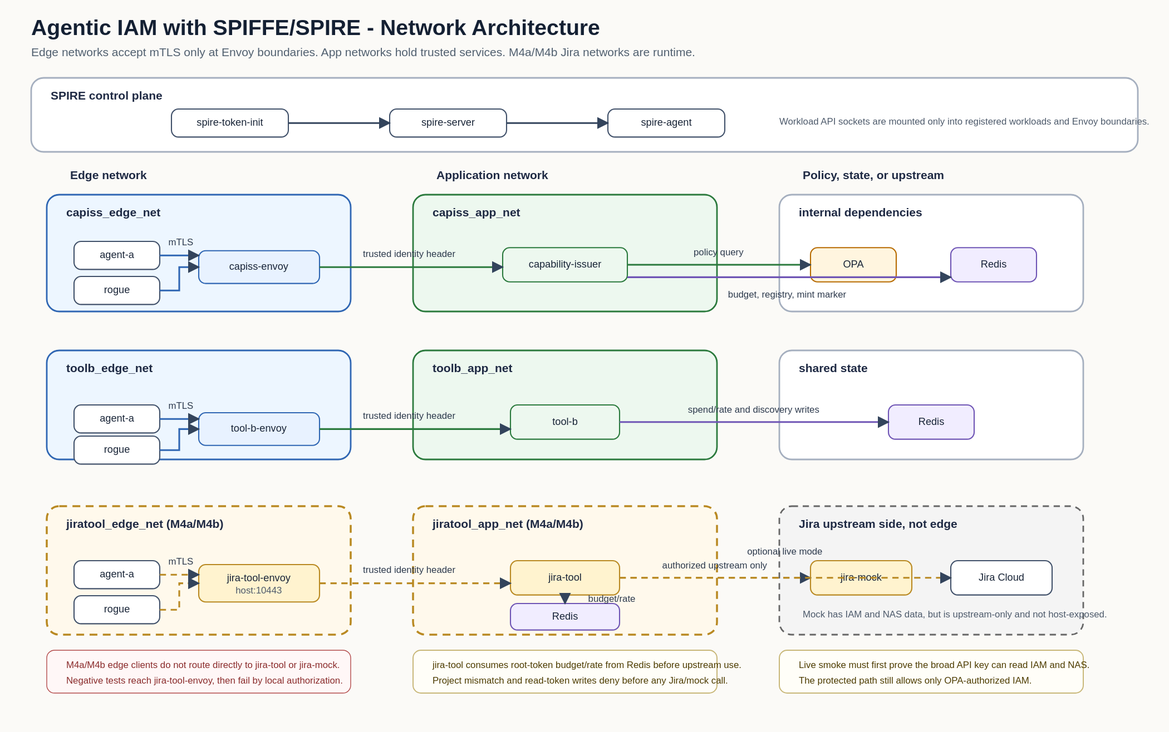
The PlantUML diagram docs/architecture_diagram.svg in gunaseelan-sivanandam/agentic-iam-spiffe, before a commit. Its source is kept beside it as docs/architecture_diagram.puml. Source of this version:
```plantuml
@startuml
!pragma layout smetana
left to right direction
title Agentic IAM with SPIFFE/SPIRE - Network Architecture (M4 + M4a/M4b)

skinparam componentStyle rectangle
skinparam packageStyle rectangle
skinparam linetype ortho
skinparam shadowing false
skinparam defaultFontName Arial
skinparam package {
  BorderColor #a5afbf
  BackgroundColor #ffffff
}
skinparam component {
  BorderColor #41516a
  BackgroundColor #ffffff
}

package "SPIRE control plane" {
  [spire-token-init] as token_init
  [spire-server] as spire_server
  [spire-agent] as spire_agent
}

package "capiss_edge_net" #edf6ff {
  [agent-a] as capiss_agent
  [rogue] as capiss_rogue
  [capability-issuer-envoy] as capiss_envoy
}
package "capiss_app_net" #edf8ef {
  [capability-issuer] as capiss_app
}
package "capiss internal dependencies" {
  [OPA] as opa
  [Redis] as redis_capiss
}

package "toolb_edge_net" #edf6ff {
  [agent-a] as toolb_agent
  [rogue] as toolb_rogue
  [tool-b-envoy] as toolb_envoy
}
package "toolb_app_net" #edf8ef {
  [tool-b] as toolb_app
}
package "tool-b shared state" {
  [Redis] as redis_toolb
}

package "jiratool_edge_net (M4a/M4b)" #fff9ec {
  [agent-a] as jira_agent
  [rogue] as jira_rogue
  [jira-tool-envoy\nhost:10443] as jira_envoy
}
package "jiratool_app_net (M4a/M4b)" #fff9ec {
  [jira-tool] as jira_tool
  [Redis] as redis_jira
}
package "Jira upstream side, not edge" #f4f4f4 {
  [jira-mock] as jira_mock
  [Jira Cloud\noptional live smoke] as jira_cloud
}

token_init --> spire_server
spire_agent --> spire_server : node attestation

capiss_agent --> capiss_envoy : mTLS
capiss_rogue --> capiss_envoy : mTLS negative proof
capiss_envoy --> capiss_app : internal HTTP + trusted identity
capiss_app --> opa : policy query
capiss_app --> redis_capiss : budget, registry, mint marker

toolb_agent --> toolb_envoy : mTLS
toolb_rogue --> toolb_envoy : mTLS negative proof
toolb_envoy --> toolb_app : internal HTTP + trusted identity
toolb_app --> redis_toolb : spend/rate + discovery writes

jira_agent -[#b98922,dashed]-> jira_envoy : mTLS issue read / description write
jira_rogue -[#b98922,dashed]-> jira_envoy : mTLS negative proof
jira_envoy -[#b98922,dashed]-> jira_tool : internal HTTP + trusted identity
jira_tool -[#b98922,dashed]-> redis_jira : budget/rate
jira_tool -[#b98922,dashed]-> jira_mock : authorized upstream only
jira_tool -[#b98922,dashed]-> jira_cloud : optional live mode

note bottom of jira_envoy
  Edge clients do not route directly to jira-tool or jira-mock.
end note
note bottom of jira_tool
  Project mismatch and read-token writes deny before upstream use.
end note
note bottom of jira_mock
  Mock has IAM and NAS data but is upstream-only and not host-exposed.
end note

legend bottom
  Jira networks and arrows show the implemented M4a/M4b runtime path.
endlegend
@enduml
```
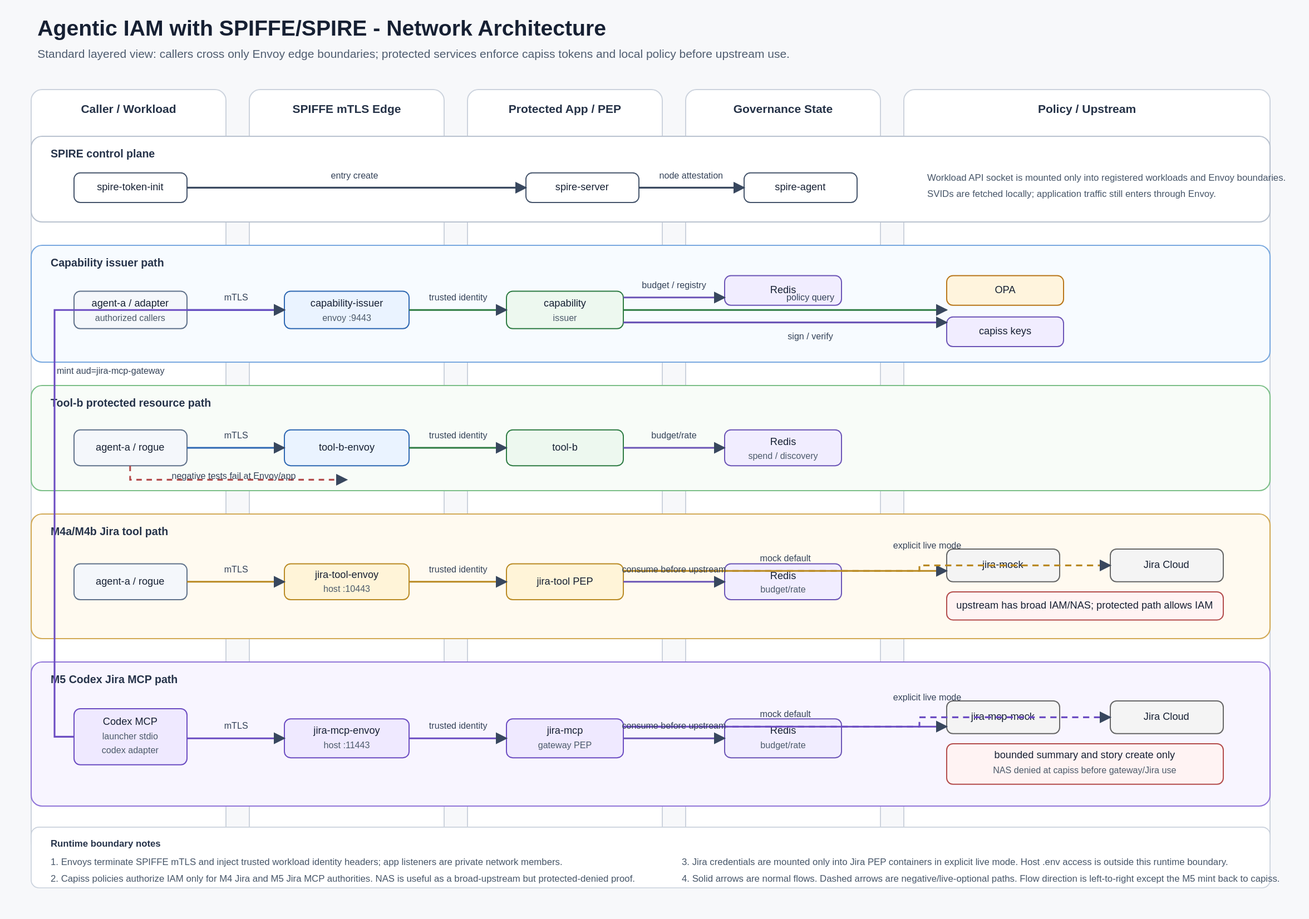
After the commit.

The edit, as a diff of the source:
```diff
@@ -1,99 +1,116 @@
 @startuml
 !pragma layout smetana
 left to right direction
-title Agentic IAM with SPIFFE/SPIRE - Network Architecture (M4 + M4a/M4b)
+title Agentic IAM with SPIFFE/SPIRE - Layered Network Architecture
 
+skinparam shadowing false
+skinparam linetype ortho
+skinparam defaultFontName Arial
 skinparam componentStyle rectangle
 skinparam packageStyle rectangle
-skinparam linetype ortho
-skinparam shadowing false
-skinparam defaultFontName Arial
 skinparam package {
-  BorderColor #a5afbf
-  BackgroundColor #ffffff
+  BorderColor #B9C2CF
+  BackgroundColor #FFFFFF
 }
 skinparam component {
-  BorderColor #41516a
-  BackgroundColor #ffffff
+  BorderColor #45546B
+  BackgroundColor #FFFFFF
 }
 
-package "SPIRE control plane" {
+package "Caller / Workload" as callers #FFFFFF {
+  [agent-a] as agent_a
+  [rogue tests] as rogue
+  [Codex MCP client] as codex
+  [codex_jira_mcp.sh\nstdio launcher] as launcher
+  [codex-jira-mcp-adapter] as adapter
+}
+
+package "SPIFFE mTLS Edge" as edge #EAF3FF {
+  [capability-issuer-envoy\n:9443] as capiss_envoy
+  [tool-b-envoy\n:8443] as toolb_envoy
+  [jira-tool-envoy\n:10443] as jira_envoy
+  [jira-mcp-envoy\n:11443] as jiramcp_envoy
+}
+
+package "Protected App / PEP" as app #EDF8EF {
+  [capability-issuer] as capiss
+  [tool-b] as toolb
+  [jira-tool PEP\nM4a/M4b] as jira_tool
+  [jira-mcp-gateway PEP\nM5] as jiramcp_gateway
+}
+
+package "Governance State" as state #F1EDFF {
+  [Redis\nbudget / rate / registry] as redis
+  [capiss keys] as capiss_keys
+}
+
+package "Policy / Upstream" as upstream #F4F4F4 {
+  [OPA] as opa
+  [jira-mock\nM4 mock default] as jira_mock
+  [jira-mcp-mock\nM5 mock default] as jiramcp_mock
+  [Jira Cloud\nexplicit live mode] as jira_cloud
+}
+
+package "SPIRE control plane" as spire #FFFFFF {
   [spire-token-init] as token_init
   [spire-server] as spire_server
   [spire-agent] as spire_agent
 }
 
-package "capiss_edge_net" #edf6ff {
-  [agent-a] as capiss_agent
-  [rogue] as capiss_rogue
-  [capability-issuer-envoy] as capiss_envoy
-}
-package "capiss_app_net" #edf8ef {
-  [capability-issuer] as capiss_app
-}
-package "capiss internal dependencies" {
-  [OPA] as opa
-  [Redis] as redis_capiss
-}
+token_init --> spire_server : workload entries
+spire_agent --> spire_server : node attestation
+spire_agent ..> agent_a : SVID
+spire_agent ..> adapter : SVID
+spire_agent ..> capiss_envoy : SVID
+spire_agent ..> jiramcp_envoy : SVID
 
-package "toolb_edge_net" #edf6ff {
-  [agent-a] as toolb_agent
-  [rogue] as toolb_rogue
-  [tool-b-envoy] as toolb_envoy
-}
-package "toolb_app_net" #edf8ef {
-  [tool-b] as toolb_app
-}
-package "tool-b shared state" {
-  [Redis] as redis_toolb
-}
+agent_a --> capiss_envoy : mTLS mint
+adapter -[#6B4CC2]-> capiss_envoy : mTLS mint\naud=jira-mcp-gateway
+capiss_envoy --> capiss : trusted identity header
+capiss --> opa : policy query
+capiss --> redis : budget / registry / mint marker
+capiss --> capiss_keys : sign tokens
 
-package "jiratool_edge_net (M4a/M4b)" #fff9ec {
-  [agent-a] as jira_agent
-  [rogue] as jira_rogue
-  [jira-tool-envoy\nhost:10443] as jira_envoy
-}
-package "jiratool_app_net (M4a/M4b)" #fff9ec {
-  [jira-tool] as jira_tool
-  [Redis] as redis_jira
-}
-package "Jira upstream side, not edge" #f4f4f4 {
-  [jira-mock] as jira_mock
-  [Jira Cloud\noptional live smoke] as jira_cloud
-}
+agent_a --> toolb_envoy : mTLS
+rogue -[#B34B4B,dashed]-> toolb_envoy : negative proof
+toolb_envoy --> toolb : trusted identity header
+toolb --> redis : request budget / discovery
 
-token_init --> spire_server
-spire_agent --> spire_server : node attestation
+agent_a -[#B98922]-> jira_envoy : M4a/M4b Jira read/write
+rogue -[#B34B4B,dashed]-> jira_envoy : stolen-token negative proof
+jira_envoy -[#B98922]-> jira_tool : trusted identity header
+jira_tool -[#B98922]-> redis : consume before upstream
+jira_tool -[#B98922]-> jira_mock : mock default
+jira_tool -[#B98922,dashed]-> jira_cloud : explicit live mode
 
-capiss_agent --> capiss_envoy : mTLS
-capiss_rogue --> capiss_envoy : mTLS negative proof
-capiss_envoy --> capiss_app : internal HTTP + trusted identity
-capiss_app --> opa : policy query
-capiss_app --> redis_capiss : budget, registry, mint marker
+codex -[#6B4CC2]-> launcher : stdio MCP
+launcher -[#6B4CC2]-> adapter : docker compose exec -T
+adapter -[#6B4CC2]-> jiramcp_envoy : mTLS protected request
+rogue -[#B34B4B,dashed]-> jiramcp_envoy : stolen-token negative proof
+jiramcp_envoy -[#6B4CC2]-> jiramcp_gateway : trusted identity header
+jiramcp_gateway -[#6B4CC2]-> redis : consume before upstream
+jiramcp_gateway -[#6B4CC2]-> jiramcp_mock : mock default
+jiramcp_gateway -[#6B4CC2,dashed]-> jira_cloud : explicit live mode
 
-toolb_agent --> toolb_envoy : mTLS
-toolb_rogue --> toolb_envoy : mTLS negative proof
-toolb_envoy --> toolb_app : internal HTTP + trusted identity
-toolb_app --> redis_toolb : spend/rate + discovery writes
+note bottom of app
+  PEPs enforce token, Envoy identity, action, resource, project,
+  payload shape, and budget/rate before upstream use.
+end note
 
-jira_agent -[#b98922,dashed]-> jira_envoy : mTLS issue read / description write
-jira_rogue -[#b98922,dashed]-> jira_envoy : mTLS negative proof
-jira_envoy -[#b98922,dashed]-> jira_tool : internal HTTP + trusted identity
-jira_tool -[#b98922,dashed]-> redis_jira : budget/rate
-jira_tool -[#b98922,dashed]-> jira_mock : authorized upstream only
-jira_tool -[#b98922,dashed]-> jira_cloud : optional live mode
+note bottom of upstream
+  Upstream Jira data can be broad IAM/NAS.
+  Protected M4 and M5 paths authorize IAM only.
+end note
 
-note bottom of jira_envoy
-  Edge clients do not route directly to jira-tool or jira-mock.
-end note
-note bottom of jira_tool
-  Project mismatch and read-token writes deny before upstream use.
-end note
-note bottom of jira_mock
-  Mock has IAM and NAS data but is upstream-only and not host-exposed.
+note bottom of callers
+  Host .env access is outside the runtime boundary.
+  The adapter container itself has no Jira credential.
 end note
 
 legend bottom
-  Jira networks and arrows show the implemented M4a/M4b runtime path.
+  Blue/green: base capiss and tool-b paths
+  Brown: M4a/M4b Jira tool authority
+  Purple: M5 Codex Jira MCP authority
+  Dashed: negative proof or explicit live mode path
 endlegend
 @enduml
```
